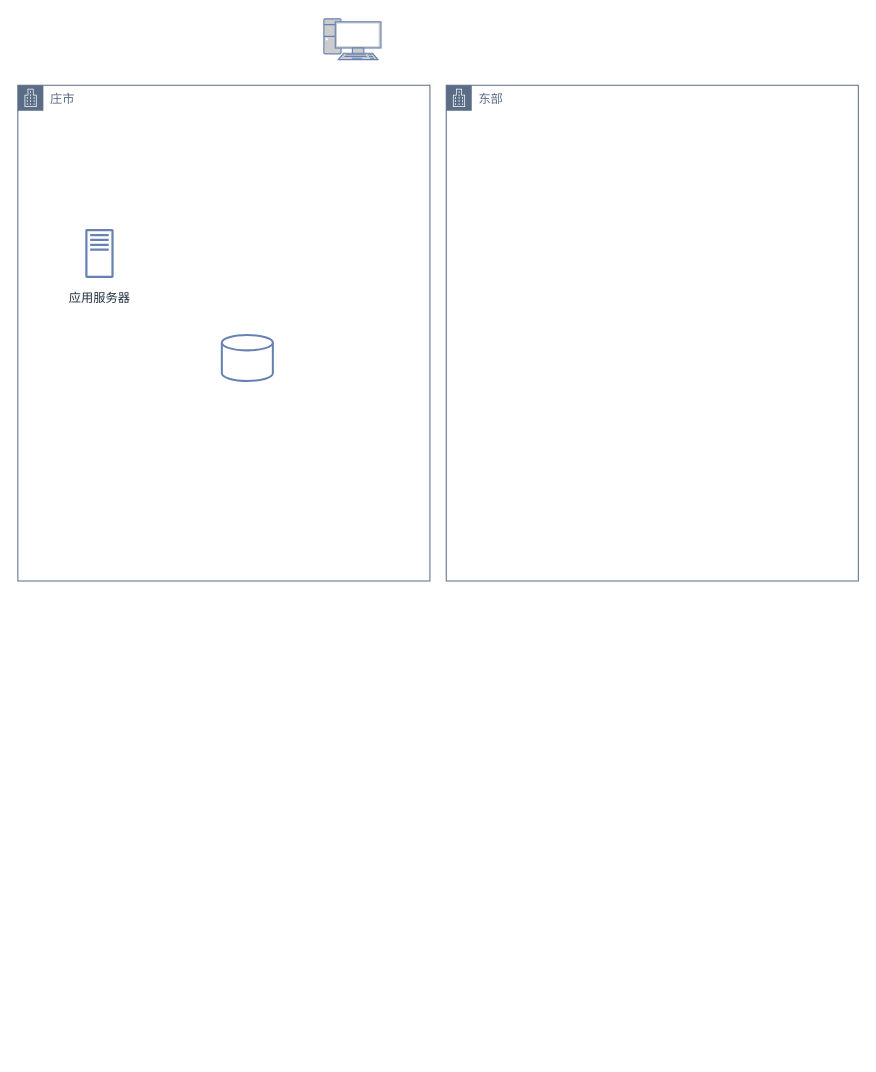
akinlong/SpringCloudExamples keeps this draw.io diagram as 未命名绘图.drawio. Above is the earlier version. Source tidied: cells renumbered, new cells numbered last; positions are measured from the earlier drawing's top-left corner, leaving out a move shared by most shapes. Both pictures are drawn from the tidied source at 102%, with x=0, y=0 at pixel (17, 18).
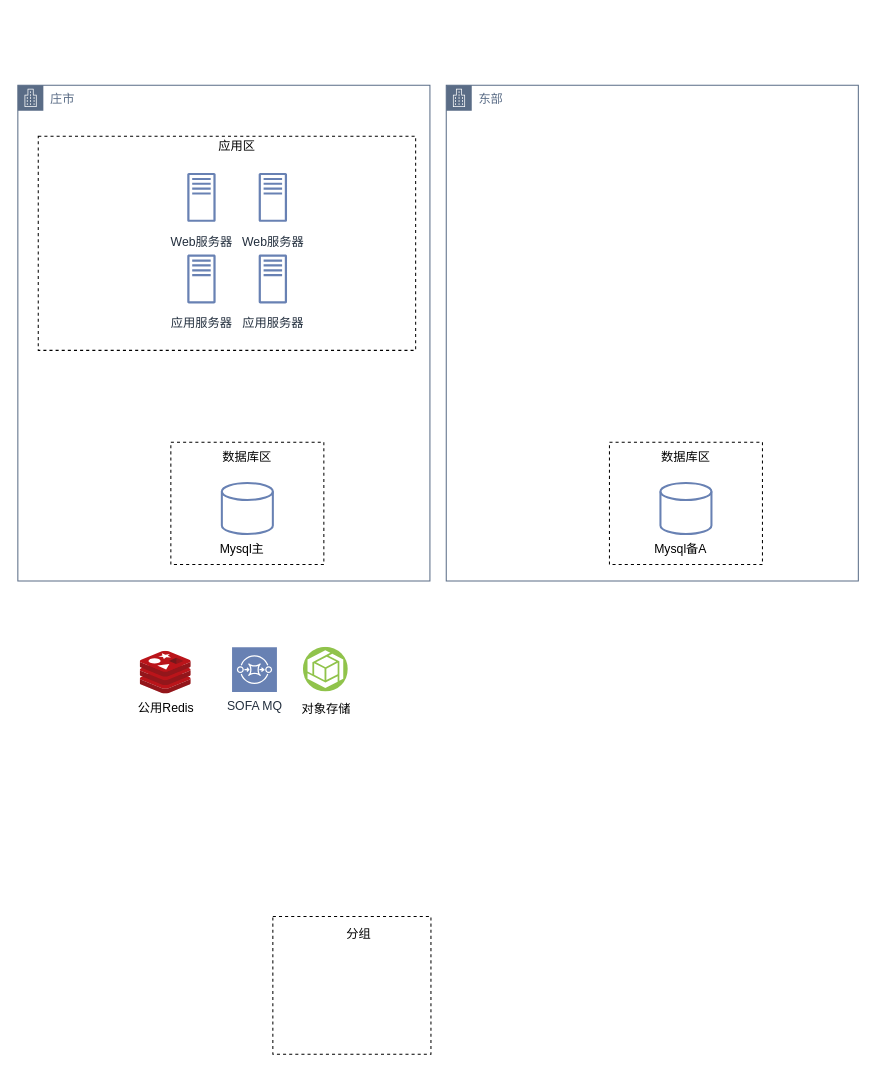
After the change.

Commit message (it also covers changes not shown here):
更新未命名绘图.drawio

Unchanged cells that the change refers to:
```xml
<mxCell id="2" value="庄市" style="gradientColor=none;html=1;whiteSpace=wrap;fontSize=12;fontStyle=0;shape=mxgraph.aws4.group;grIcon=mxgraph.aws4.group_corporate_data_center;strokeColor=#5A6C86;fillColor=none;verticalAlign=top;align=left;spacingLeft=30;fontColor=#5A6C86;dashed=0;" parent="1" vertex="1">
  <mxGeometry y="65" width="404" height="486" as="geometry" />
</mxCell>
<mxCell id="5" value="东部" style="gradientColor=none;html=1;whiteSpace=wrap;fontSize=12;fontStyle=0;shape=mxgraph.aws4.group;grIcon=mxgraph.aws4.group_corporate_data_center;strokeColor=#5A6C86;fillColor=none;verticalAlign=top;align=left;spacingLeft=30;fontColor=#5A6C86;dashed=0;" parent="1" vertex="1">
  <mxGeometry x="420" y="65" width="404" height="486" as="geometry" />
</mxCell>
```

Change to the diagram source:
```diff
@@
     <mxCell id="3" value="应用服务器" style="sketch=0;fontColor=#232F3E;gradientColor=none;strokeColor=#6881B3;fillColor=#ffffff;dashed=0;verticalLabelPosition=bottom;verticalAlign=top;align=center;html=1;fontSize=12;fontStyle=0;shape=mxgraph.aws4.resourceIcon;resIcon=mxgraph.aws4.traditional_server;" parent="2" vertex="1">
-      <mxGeometry x="50" y="135" width="60" height="60" as="geometry" />
+      <mxGeometry x="150" y="160" width="60" height="60" as="geometry" />
     </mxCell>
+    <mxCell id="7" value="应用服务器" style="sketch=0;fontColor=#232F3E;gradientColor=none;strokeColor=#6881B3;fillColor=#ffffff;dashed=0;verticalLabelPosition=bottom;verticalAlign=top;align=center;html=1;fontSize=12;fontStyle=0;shape=mxgraph.aws4.resourceIcon;resIcon=mxgraph.aws4.traditional_server;" parent="2" vertex="1">
+      <mxGeometry x="220" y="160" width="60" height="60" as="geometry" />
+    </mxCell>
+    <mxCell id="8" value="Web服务器" style="sketch=0;fontColor=#232F3E;gradientColor=none;strokeColor=#6881B3;fillColor=#ffffff;dashed=0;verticalLabelPosition=bottom;verticalAlign=top;align=center;html=1;fontSize=12;fontStyle=0;shape=mxgraph.aws4.resourceIcon;resIcon=mxgraph.aws4.traditional_server;" parent="2" vertex="1">
+      <mxGeometry x="150" y="80" width="60" height="60" as="geometry" />
+    </mxCell>
+    <mxCell id="9" value="Web服务器" style="sketch=0;fontColor=#232F3E;gradientColor=none;strokeColor=#6881B3;fillColor=#ffffff;dashed=0;verticalLabelPosition=bottom;verticalAlign=top;align=center;html=1;fontSize=12;fontStyle=0;shape=mxgraph.aws4.resourceIcon;resIcon=mxgraph.aws4.traditional_server;" parent="2" vertex="1">
+      <mxGeometry x="220" y="80" width="60" height="60" as="geometry" />
+    </mxCell>
+    <mxCell id="10" style="group;fontColor=#000000;fillColor=none;gradientColor=none;" parent="2" vertex="1">
+      <mxGeometry x="20" y="60" width="370" height="200" as="geometry" />
+    </mxCell>
+    <mxCell id="11" style="rounded=0;whiteSpace=wrap;html=1;fontSize=12;fontColor=#000000;fillColor=none;dashed=1;align=center;" parent="10" vertex="1">
+      <mxGeometry y="-10" width="370" height="210" as="geometry" />
+    </mxCell>
+    <mxCell id="12" style="group;" parent="2" vertex="1">
+      <mxGeometry x="190" y="390" width="110" height="90" as="geometry" />
+    </mxCell>
-    <mxCell id="4" style="strokeWidth=2;html=1;shape=mxgraph.flowchart.database;whiteSpace=wrap;fillColor=#FFFFFF;strokeColor=#6881B3;" parent="2" vertex="1">
-      <mxGeometry x="200" y="245" width="50" height="45" as="geometry" />
+    <mxCell id="4" style="strokeWidth=2;html=1;shape=mxgraph.flowchart.database;whiteSpace=wrap;fillColor=#FFFFFF;strokeColor=#6881B3;" parent="12" vertex="1">
+      <mxGeometry x="10" width="50" height="50" as="geometry" />
     </mxCell>
+    <mxCell id="13" value="Mysql主" style="text;html=1;strokeColor=none;fillColor=none;align=center;verticalAlign=middle;whiteSpace=wrap;rounded=0;" parent="12" vertex="1">
+      <mxGeometry y="50" width="60" height="30" as="geometry" />
+    </mxCell>
+    <mxCell id="14" style="group;" parent="12" vertex="1">
+      <mxGeometry x="-40" y="-40" width="150" height="130" as="geometry" />
+    </mxCell>
+    <mxCell id="15" style="group;fontColor=#000000;fillColor=none;gradientColor=none;" parent="14" vertex="1">
+      <mxGeometry y="10" width="150" height="110" as="geometry" />
+    </mxCell>
+    <mxCell id="16" style="rounded=0;whiteSpace=wrap;html=1;fontSize=12;fontColor=#000000;fillColor=none;dashed=1;align=center;" parent="15" vertex="1">
+      <mxGeometry y="-10" width="150" height="120" as="geometry" />
+    </mxCell>
+    <mxCell id="17" value="数据库区" style="text;html=1;strokeColor=none;fillColor=none;align=center;verticalAlign=middle;whiteSpace=wrap;rounded=0;dashed=1;fontSize=12;fontColor=#000000;" parent="14" vertex="1">
+      <mxGeometry x="30" width="90" height="30" as="geometry" />
+    </mxCell>
@@
-    <mxCell id="6" style="fontColor=#0066CC;verticalAlign=top;verticalLabelPosition=bottom;labelPosition=center;align=center;html=1;fillColor=#CCCCCC;strokeColor=#6881B3;gradientColor=none;gradientDirection=north;strokeWidth=2;shape=mxgraph.networks.pc;" parent="1" vertex="1">
-      <mxGeometry x="300" width="56" height="40" as="geometry" />
-    </mxCell>
+    <mxCell id="18" style="group;" parent="5" vertex="1">
+      <mxGeometry x="200" y="390" width="60" height="80" as="geometry" />
+    </mxCell>
+    <mxCell id="19" style="strokeWidth=2;html=1;shape=mxgraph.flowchart.database;whiteSpace=wrap;fillColor=#FFFFFF;strokeColor=#6881B3;" parent="18" vertex="1">
+      <mxGeometry x="10" width="50" height="50" as="geometry" />
+    </mxCell>
+    <mxCell id="20" value="Mysql备A" style="text;html=1;strokeColor=none;fillColor=none;align=center;verticalAlign=middle;whiteSpace=wrap;rounded=0;" parent="18" vertex="1">
+      <mxGeometry y="50" width="60" height="30" as="geometry" />
+    </mxCell>
+    <mxCell id="21" style="group;" parent="5" vertex="1">
+      <mxGeometry x="160" y="350" width="150" height="130" as="geometry" />
+    </mxCell>
+    <mxCell id="22" style="group;fontColor=#000000;fillColor=none;gradientColor=none;" parent="21" vertex="1">
+      <mxGeometry y="10" width="150" height="110" as="geometry" />
+    </mxCell>
+    <mxCell id="23" style="rounded=0;whiteSpace=wrap;html=1;fontSize=12;fontColor=#000000;fillColor=none;dashed=1;align=center;" parent="22" vertex="1">
+      <mxGeometry y="-10" width="150" height="120" as="geometry" />
+    </mxCell>
+    <mxCell id="24" value="数据库区" style="text;html=1;strokeColor=none;fillColor=none;align=center;verticalAlign=middle;whiteSpace=wrap;rounded=0;dashed=1;fontSize=12;fontColor=#000000;" parent="21" vertex="1">
+      <mxGeometry x="30" width="90" height="30" as="geometry" />
+    </mxCell>
+    <mxCell id="25" value="公用Redis" style="sketch=0;html=1;align=center;image;fontSize=12;image=img/lib/mscae/Cache_Redis_Product.svg;fillColor=#6881B3;" parent="1" vertex="1">
+      <mxGeometry x="120" y="620" width="50" height="42" as="geometry" />
+    </mxCell>
+    <mxCell id="26" value="SOFA MQ" style="sketch=0;fontColor=#232F3E;gradientColor=none;gradientDirection=north;fillColor=#6881B3;strokeColor=#ffffff;dashed=0;verticalLabelPosition=bottom;verticalAlign=top;align=center;html=1;fontSize=12;fontStyle=0;shape=mxgraph.aws4.resourceIcon;resIcon=mxgraph.aws4.sqs;" parent="1" vertex="1">
+      <mxGeometry x="210" y="616" width="44" height="44" as="geometry" />
+    </mxCell>
+    <mxCell id="27" value="&lt;font color=&quot;#000000&quot;&gt;对象存储&lt;/font&gt;" style="perimeter=ellipsePerimeter;html=1;align=center;shadow=0;dashed=0;fontColor=#4277BB;labelBackgroundColor=#ffffff;fontSize=12;spacingTop=3;image;image=img/lib/ibm/vpc/ObjectStorage.svg;fillColor=#6881B3;gradientColor=none;" parent="1" vertex="1">
+      <mxGeometry x="280" y="616" width="44" height="44" as="geometry" />
+    </mxCell>
+    <mxCell id="28" style="group;fontColor=#000000;fillColor=none;gradientColor=none;" parent="1" vertex="1">
+      <mxGeometry x="250" y="880" width="155" height="135" as="geometry" />
+    </mxCell>
+    <mxCell id="29" style="rounded=0;whiteSpace=wrap;html=1;fontSize=12;fontColor=#000000;fillColor=none;dashed=1;align=center;" parent="28" vertex="1">
+      <mxGeometry width="155" height="135" as="geometry" />
+    </mxCell>
+    <mxCell id="30" value="分组" style="text;html=1;strokeColor=none;fillColor=none;align=center;verticalAlign=middle;whiteSpace=wrap;rounded=0;dashed=1;fontSize=12;fontColor=#000000;" parent="28" vertex="1">
+      <mxGeometry x="37.5" width="92.5" height="36.8" as="geometry" />
+    </mxCell>
+    <mxCell id="31" value="应用区" style="text;html=1;strokeColor=none;fillColor=none;align=center;verticalAlign=middle;whiteSpace=wrap;rounded=0;dashed=1;fontSize=12;fontColor=#000000;" parent="1" vertex="1">
+      <mxGeometry x="170" y="100" width="90" height="50" as="geometry" />
+    </mxCell>
```
